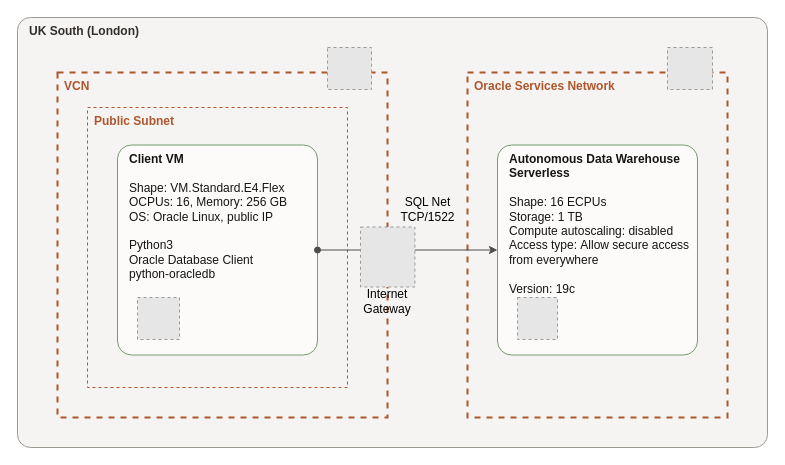
Before: page "configuration" (3 of 3) of images/2024-04-12-fast-ingest/adw-fast-ingest.drawio in JakubIllner/jakubillner.github.io, a draw.io diagram. Source tidied: cells renumbered, new cells numbered last; positions are measured from the earlier drawing's top-left corner, leaving out a move shared by most shapes. Both pictures are drawn from the tidied source at 100%, with x=0, y=0 at pixel (17, 17). Pictures stored in the file or linked from it are replaced by grey dashed boxes.
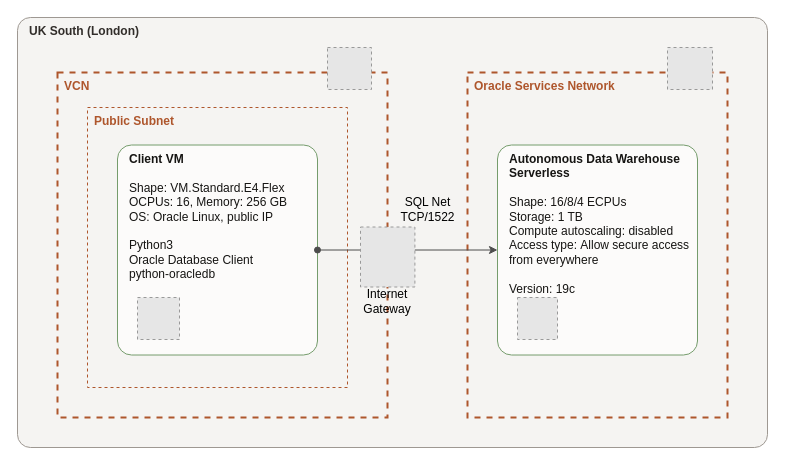
The same page after the edit.

The edit, as a diff of the source:
```diff
@@
 <mxGraphModel>
   <root>
     <mxCell id="0" />
     <mxCell id="1" parent="0" />
     <mxCell id="2" value="&lt;b&gt;UK South (London)&lt;/b&gt;" style="whiteSpace=wrap;html=1;align=left;fontFamily=Oracle Sans;verticalAlign=top;fillColor=#F5F4F2;rounded=1;arcSize=3;strokeColor=#9E9892;fontColor=#312D2A;fontSize=12;spacingLeft=10;" parent="1" vertex="1">
       <mxGeometry width="750" height="430" as="geometry" />
     </mxCell>
     <mxCell id="3" value="&lt;b&gt;&lt;font&gt;VCN&lt;/font&gt;&lt;/b&gt;" style="whiteSpace=wrap;html=1;strokeWidth=2;dashed=1;align=left;fontFamily=Oracle Sans;verticalAlign=top;fillColor=none;fontColor=#AE562C;strokeColor=#AE562C;perimeterSpacing=0;fontSize=12;spacingLeft=5;" parent="1" vertex="1">
       <mxGeometry x="40" y="55" width="330" height="345" as="geometry" />
     </mxCell>
     <mxCell id="4" style="fillColor=#E6E6E6;strokeColor=#999999;dashed=1;verticalLabelPosition=bottom;labelBackgroundColor=default;verticalAlign=top;" parent="1" vertex="1">
       <mxGeometry x="310" y="30" width="44" height="42" as="geometry" />
     </mxCell>
     <mxCell id="5" value="&lt;b&gt;&lt;font&gt;Oracle Services Network&lt;/font&gt;&lt;/b&gt;" style="whiteSpace=wrap;html=1;strokeWidth=2;dashed=1;align=left;fontFamily=Oracle Sans;verticalAlign=top;fillColor=none;fontColor=#AE562C;strokeColor=#AE562C;perimeterSpacing=0;fontSize=12;spacingLeft=5;" parent="1" vertex="1">
       <mxGeometry x="450" y="55" width="260" height="345" as="geometry" />
     </mxCell>
     <mxCell id="6" style="fillColor=#E6E6E6;strokeColor=#999999;dashed=1;verticalLabelPosition=bottom;labelBackgroundColor=default;verticalAlign=top;" parent="1" vertex="1">
       <mxGeometry x="650" y="30" width="45" height="42" as="geometry" />
     </mxCell>
     <mxCell id="7" value="Internet Gateway" style="text;html=1;align=center;verticalAlign=middle;whiteSpace=wrap;rounded=0;fillColor=none;opacity=60;fontSize=12;fontFamily=Oracle Sans Tab;" parent="1" vertex="1">
       <mxGeometry x="339.5" y="269" width="60" height="30" as="geometry" />
     </mxCell>
     <mxCell id="8" value="&lt;b&gt;Public Subnet&lt;/b&gt;" style="whiteSpace=wrap;html=1;strokeWidth=1;dashed=1;align=left;fontFamily=Oracle Sans;verticalAlign=top;fillColor=none;fontColor=#AE562C;perimeterSpacing=0;strokeColor=#AE562C;fontSize=12;spacingLeft=5;" parent="1" vertex="1">
       <mxGeometry x="70" y="90" width="260" height="280" as="geometry" />
     </mxCell>
     <mxCell id="9" value="&lt;b&gt;Client VM&lt;/b&gt;&lt;div&gt;&lt;div style=&quot;&quot;&gt;&lt;br&gt;&lt;/div&gt;&lt;div style=&quot;&quot;&gt;Shape: VM.Standard.E4.Flex&lt;/div&gt;&lt;div style=&quot;&quot;&gt;OCPUs: 16, Memory: 256 GB&lt;/div&gt;&lt;/div&gt;&lt;div style=&quot;&quot;&gt;OS: Oracle Linux, public IP&lt;/div&gt;&lt;div style=&quot;&quot;&gt;&lt;br&gt;&lt;/div&gt;&lt;div style=&quot;&quot;&gt;Python3&lt;/div&gt;&lt;div style=&quot;&quot;&gt;Oracle Database Client&lt;/div&gt;&lt;div style=&quot;&quot;&gt;python-oracledb&lt;/div&gt;" style="rounded=1;whiteSpace=wrap;html=1;fillColor=#FCFBFA;strokeColor=#759C6C;fontColor=#161513;fontFamily=Oracle Sans;labelBackgroundColor=none;align=left;arcSize=7;verticalAlign=top;spacingLeft=10;" parent="1" vertex="1">
       <mxGeometry x="100" y="127.5" width="200" height="210" as="geometry" />
     </mxCell>
     <mxCell id="10" style="fillColor=#E6E6E6;strokeColor=#999999;dashed=1;verticalLabelPosition=bottom;labelBackgroundColor=default;verticalAlign=top;" parent="1" vertex="1">
       <mxGeometry x="120" y="280" width="42" height="42" as="geometry" />
     </mxCell>
-    <mxCell id="11" value="&lt;b&gt;Autonomous Data Warehouse Serverless&lt;/b&gt;&lt;div&gt;&lt;div style=&quot;&quot;&gt;&lt;br&gt;&lt;/div&gt;&lt;div style=&quot;&quot;&gt;Shape: 16 ECPUs&lt;/div&gt;&lt;/div&gt;&lt;div style=&quot;&quot;&gt;Storage: 1 TB&lt;/div&gt;&lt;div style=&quot;&quot;&gt;Compute autoscaling: disabled&lt;br&gt;&lt;/div&gt;&lt;div style=&quot;&quot;&gt;Access type:&amp;nbsp;Allow secure access from everywhere&lt;/div&gt;&lt;div style=&quot;&quot;&gt;&lt;br&gt;&lt;/div&gt;&lt;div style=&quot;&quot;&gt;Version: 19c&lt;/div&gt;" style="rounded=1;whiteSpace=wrap;html=1;fillColor=#FCFBFA;strokeColor=#759C6C;fontColor=#161513;fontFamily=Oracle Sans;labelBackgroundColor=none;align=left;arcSize=7;verticalAlign=top;spacingLeft=10;" parent="1" vertex="1">
+    <mxCell id="11" value="&lt;b&gt;Autonomous Data Warehouse Serverless&lt;/b&gt;&lt;div&gt;&lt;div style=&quot;&quot;&gt;&lt;br&gt;&lt;/div&gt;&lt;div style=&quot;&quot;&gt;Shape: 16/8/4 ECPUs&lt;/div&gt;&lt;/div&gt;&lt;div style=&quot;&quot;&gt;Storage: 1 TB&lt;/div&gt;&lt;div style=&quot;&quot;&gt;Compute autoscaling: disabled&lt;br&gt;&lt;/div&gt;&lt;div style=&quot;&quot;&gt;Access type:&amp;nbsp;Allow secure access from everywhere&lt;/div&gt;&lt;div style=&quot;&quot;&gt;&lt;br&gt;&lt;/div&gt;&lt;div style=&quot;&quot;&gt;Version: 19c&lt;/div&gt;" style="rounded=1;whiteSpace=wrap;html=1;fillColor=#FCFBFA;strokeColor=#759C6C;fontColor=#161513;fontFamily=Oracle Sans;labelBackgroundColor=none;align=left;arcSize=7;verticalAlign=top;spacingLeft=10;" parent="1" vertex="1">
       <mxGeometry x="480" y="127.5" width="200" height="210" as="geometry" />
     </mxCell>
     <mxCell id="12" style="fillColor=#E6E6E6;strokeColor=#999999;dashed=1;verticalLabelPosition=bottom;labelBackgroundColor=default;verticalAlign=top;" parent="1" vertex="1">
       <mxGeometry x="500" y="280" width="40" height="42" as="geometry" />
     </mxCell>
     <mxCell id="13" style="edgeStyle=orthogonalEdgeStyle;rounded=0;jettySize=auto;html=1;exitX=1;exitY=0.5;exitDx=0;exitDy=0;entryX=0;entryY=0.5;entryDx=0;entryDy=0;strokeColor=#4D4D4D;align=center;verticalAlign=middle;fontFamily=Helvetica;fontSize=11;fontColor=default;labelBackgroundColor=default;startArrow=oval;startFill=1;endArrow=classic;endFill=1;" parent="1" edge="1" source="9" target="11">
       <mxGeometry relative="1" as="geometry" />
     </mxCell>
     <mxCell id="14" style="fillColor=#E6E6E6;strokeColor=#999999;dashed=1;verticalLabelPosition=bottom;labelBackgroundColor=default;verticalAlign=top;" parent="1" vertex="1">
       <mxGeometry x="343" y="209.5" width="54.4" height="60" as="geometry" />
     </mxCell>
     <mxCell id="15" value="SQL Net&lt;div&gt;TCP/1522&lt;/div&gt;" style="text;html=1;align=center;verticalAlign=middle;whiteSpace=wrap;rounded=0;fillColor=none;opacity=60;fontSize=12;fontFamily=Oracle Sans Tab;" parent="1" vertex="1">
       <mxGeometry x="369.5" y="177" width="80.5" height="30" as="geometry" />
     </mxCell>
   </root>
 </mxGraphModel>
```
